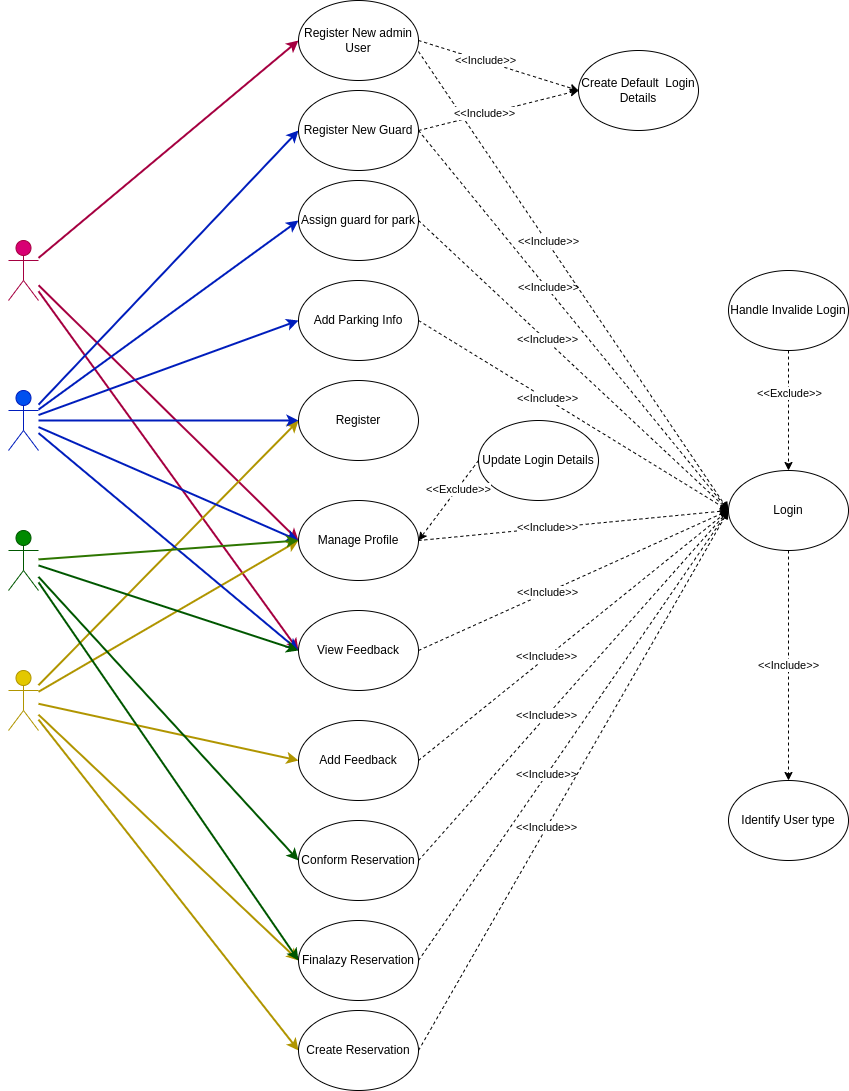
Earlier version of the draw.io export usecase/usecase.png (Ishan-Ravindu/park_finder_doc). Source tidied: cells renumbered, new cells last; positions are measured from the earlier drawing's top-left corner, leaving out a move shared by most shapes.
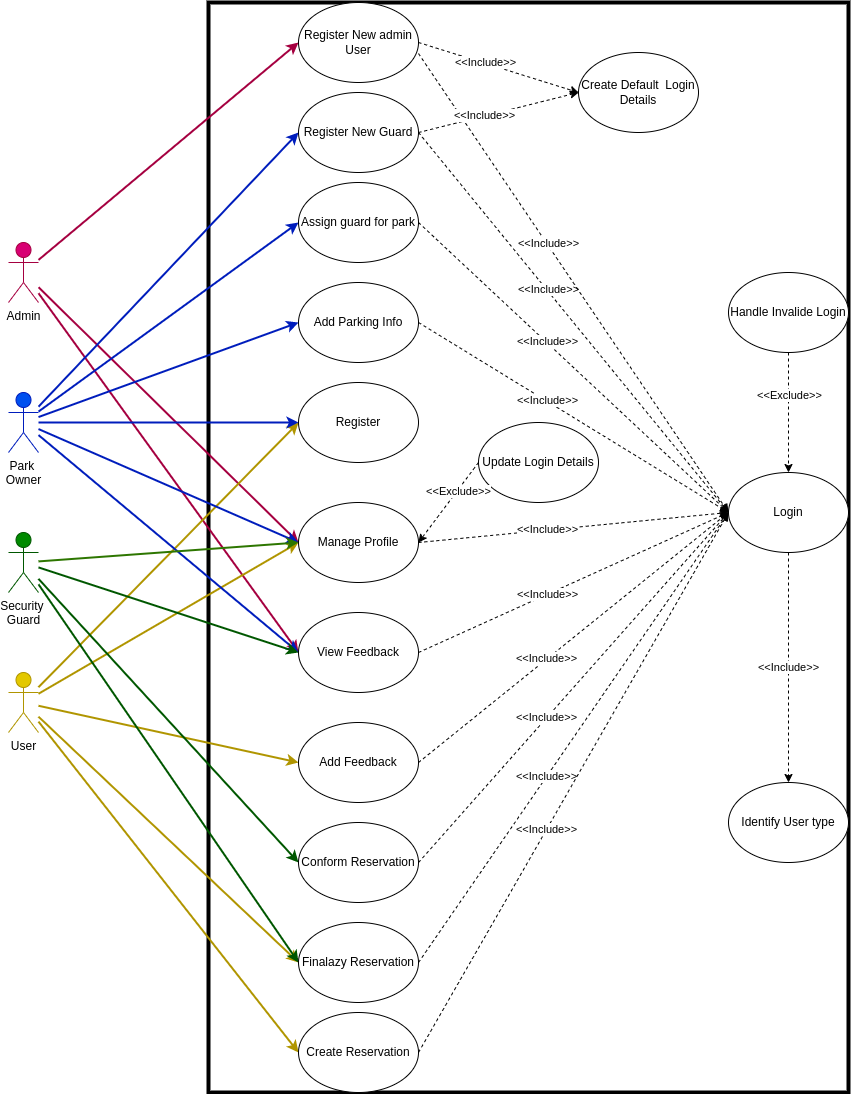
The same file after the commit.

What changed in the source:
```diff
@@ -2,6 +2,9 @@
   <root>
     <mxCell id="0" />
     <mxCell id="1" parent="0" />
+    <mxCell id="69" style="rounded=0;whiteSpace=wrap;html=1;fillColor=none;strokeWidth=4;" parent="1" vertex="1">
+      <mxGeometry x="200" width="640" height="1090" as="geometry" />
+    </mxCell>
     <mxCell id="2" style="edgeStyle=none;html=1;entryX=0;entryY=0.5;entryDx=0;entryDy=0;fillColor=#d80073;strokeColor=#A50040;strokeWidth=2;" parent="1" edge="1" source="5" target="34">
       <mxGeometry relative="1" as="geometry" />
     </mxCell>
@@ -11,7 +14,7 @@
     <mxCell id="4" style="edgeStyle=none;html=1;entryX=0;entryY=0.5;entryDx=0;entryDy=0;strokeWidth=2;fontColor=#ffffff;fillColor=#d80073;strokeColor=#A50040;" parent="1" edge="1" source="5" target="63">
       <mxGeometry relative="1" as="geometry" />
     </mxCell>
-    <mxCell id="5" value="Admin&lt;br&gt;" style="shape=umlActor;verticalLabelPosition=bottom;verticalAlign=top;html=1;outlineConnect=0;fillColor=#d80073;fontColor=#ffffff;strokeColor=#A50040;" parent="1" vertex="1">
+    <mxCell id="5" value="Admin&lt;br&gt;" style="shape=umlActor;verticalLabelPosition=bottom;verticalAlign=top;html=1;outlineConnect=0;fillColor=#d80073;fontColor=#000000;strokeColor=#A50040;" parent="1" vertex="1">
       <mxGeometry y="240" width="30" height="60" as="geometry" />
     </mxCell>
     <mxCell id="6" style="edgeStyle=none;html=1;entryX=0;entryY=0.5;entryDx=0;entryDy=0;strokeWidth=2;fillColor=#e3c800;strokeColor=#B09500;" parent="1" edge="1" source="11" target="26">
@@ -29,7 +32,7 @@
     <mxCell id="10" style="edgeStyle=none;html=1;entryX=0;entryY=0.5;entryDx=0;entryDy=0;strokeWidth=2;fontColor=#ffffff;fillColor=#e3c800;strokeColor=#B09500;" parent="1" edge="1" source="11" target="63">
       <mxGeometry relative="1" as="geometry" />
     </mxCell>
-    <mxCell id="11" value="&lt;font color=&quot;#ffffff&quot;&gt;User&lt;/font&gt;" style="shape=umlActor;verticalLabelPosition=bottom;verticalAlign=top;html=1;outlineConnect=0;fillColor=#e3c800;fontColor=#000000;strokeColor=#B09500;" parent="1" vertex="1">
+    <mxCell id="11" value="&lt;font&gt;User&lt;/font&gt;" style="shape=umlActor;verticalLabelPosition=bottom;verticalAlign=top;html=1;outlineConnect=0;fillColor=#e3c800;fontColor=#000000;strokeColor=#B09500;" parent="1" vertex="1">
       <mxGeometry y="670" width="30" height="60" as="geometry" />
     </mxCell>
     <mxCell id="12" style="edgeStyle=none;html=1;entryX=0;entryY=0.5;entryDx=0;entryDy=0;fillColor=#0050ef;strokeColor=#001DBC;strokeWidth=2;" parent="1" edge="1" source="18" target="26">
@@ -50,7 +53,7 @@
     <mxCell id="17" style="edgeStyle=none;html=1;entryX=0;entryY=0.5;entryDx=0;entryDy=0;strokeWidth=2;fontColor=#ffffff;fillColor=#0050ef;strokeColor=#001DBC;" parent="1" edge="1" source="18" target="63">
       <mxGeometry relative="1" as="geometry" />
     </mxCell>
-    <mxCell id="18" value="Park &lt;br&gt;Owner" style="shape=umlActor;verticalLabelPosition=bottom;verticalAlign=top;html=1;outlineConnect=0;fillColor=#0050ef;fontColor=#ffffff;strokeColor=#001DBC;" parent="1" vertex="1">
+    <mxCell id="18" value="Park &lt;br&gt;Owner" style="shape=umlActor;verticalLabelPosition=bottom;verticalAlign=top;html=1;outlineConnect=0;fillColor=#0050ef;fontColor=#000000;strokeColor=#001DBC;" parent="1" vertex="1">
       <mxGeometry y="390" width="30" height="60" as="geometry" />
     </mxCell>
     <mxCell id="19" style="edgeStyle=none;html=1;entryX=0;entryY=0.5;entryDx=0;entryDy=0;fillColor=#008a00;strokeColor=#005700;strokeWidth=2;" parent="1" edge="1" source="23" target="34">
@@ -65,7 +68,7 @@
     <mxCell id="22" style="edgeStyle=none;html=1;entryX=0;entryY=0.5;entryDx=0;entryDy=0;strokeWidth=2;fontColor=#ffffff;fillColor=#60a917;strokeColor=#2D7600;" parent="1" edge="1" source="23" target="63">
       <mxGeometry relative="1" as="geometry" />
     </mxCell>
-    <mxCell id="23" value="Security &lt;br&gt;Guard" style="shape=umlActor;verticalLabelPosition=bottom;verticalAlign=top;html=1;outlineConnect=0;fillColor=#008a00;fontColor=#ffffff;strokeColor=#005700;" parent="1" vertex="1">
+    <mxCell id="23" value="Security &lt;br&gt;Guard" style="shape=umlActor;verticalLabelPosition=bottom;verticalAlign=top;html=1;outlineConnect=0;fillColor=#008a00;fontColor=#000000;strokeColor=#005700;" parent="1" vertex="1">
       <mxGeometry y="530" width="30" height="60" as="geometry" />
     </mxCell>
     <mxCell id="24" value="&amp;lt;&amp;lt;Include&amp;gt;&amp;gt;" style="edgeStyle=none;html=1;entryX=0.5;entryY=0;entryDx=0;entryDy=0;dashed=1;" parent="1" edge="1" source="25" target="33">
```
